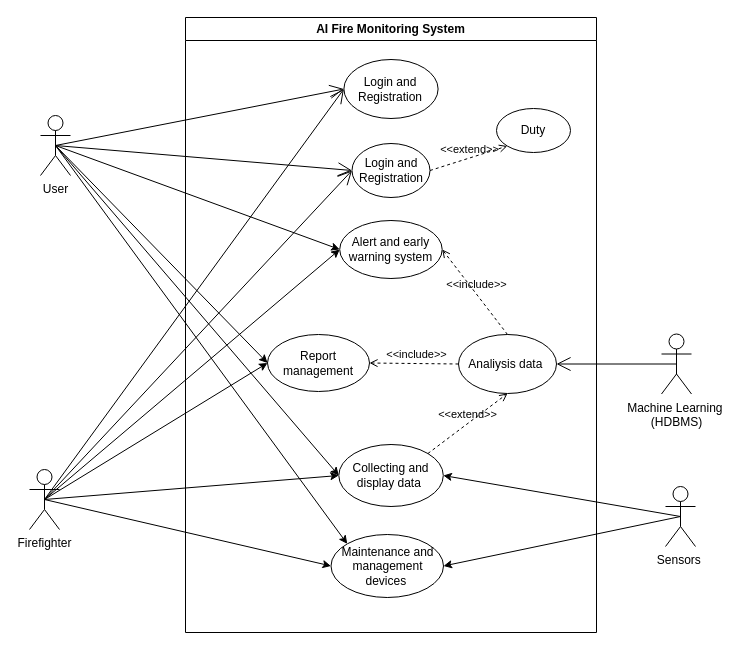
Before: page "Use case" (2 of 9) of doc/PSM.drawio in SNFASA/AI-Fire-Monitoring-System, a draw.io diagram. Source tidied: cells renumbered, new cells numbered last; positions are measured from the earlier drawing's top-left corner, leaving out a move shared by most shapes. Both pictures are drawn from the tidied source at 100%, with x=0, y=0 at pixel (29, 17).
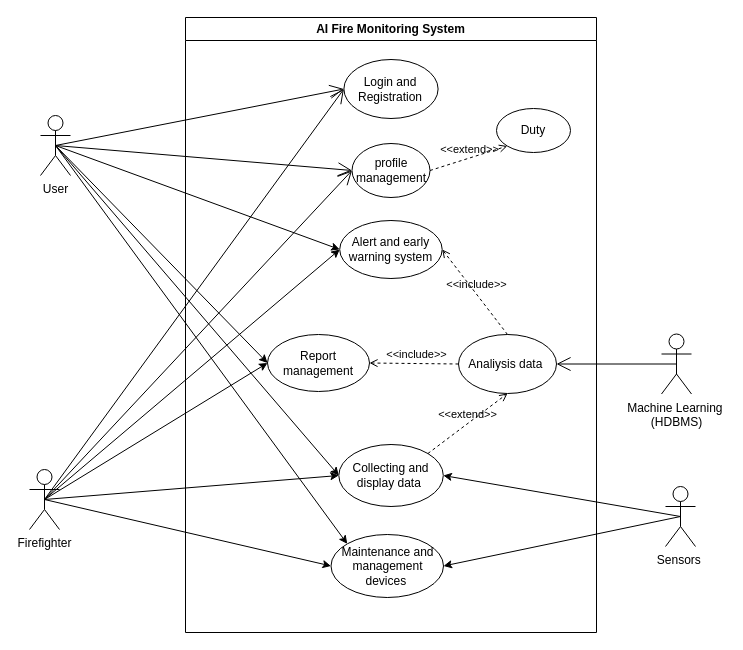
Above is the later version.

Unchanged cells that the change refers to:
```xml
<mxCell id="2" value="AI Fire Monitoring System" style="swimlane;whiteSpace=wrap;html=1;" parent="1" vertex="1">
  <mxGeometry x="156" width="411" height="615" as="geometry" />
</mxCell>
```

The edit, as a diff of the source:
```diff
@@
-    <mxCell id="12" value="Login and Registration" style="ellipse;whiteSpace=wrap;html=1;" parent="2" vertex="1">
+    <mxCell id="12" value="profile management" style="ellipse;whiteSpace=wrap;html=1;" parent="2" vertex="1">
       <mxGeometry x="166.5" y="126" width="78" height="54" as="geometry" />
     </mxCell>
```
